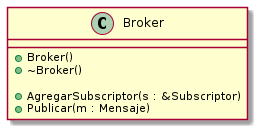
Earlier version of the PlantUML export diagramas/clases/clase_broker.png (diegosanchez/invap-modulo-uml). The source it was exported from:
```plantuml
@startuml

class Broker {

        + Broker()
        + ~Broker()

        + AgregarSubscriptor(s : &Subscriptor)
        + Publicar(m : Mensaje)
}

@enduml
```
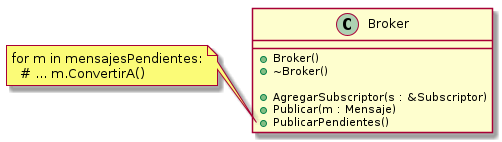
Later version of the same file.

Commit message:
[clases] Clase abstracta

What changed in the source:
```diff
@@ -7,6 +7,12 @@
 
         + AgregarSubscriptor(s : &Subscriptor)
         + Publicar(m : Mensaje)
+        + PublicarPendientes()
 }
 
+note left of Broker::PublicarPendientes
+for m in mensajesPendientes:
+  # ... m.ConvertirA()
+end note
+
 @enduml
```
